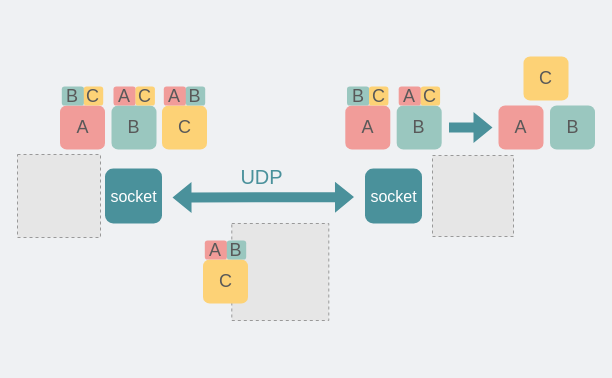
Before: network/极端情况下冗余更多数据.drawio in xiaobaiTech/image, a draw.io diagram. Source tidied: cells renumbered, new cells numbered last; positions are measured from the earlier drawing's top-left corner, leaving out a move shared by most shapes. Both pictures are drawn from the tidied source at 100%, with x=0, y=0 at pixel (17, 56). Pictures stored in the file or linked from it are replaced by grey dashed boxes.
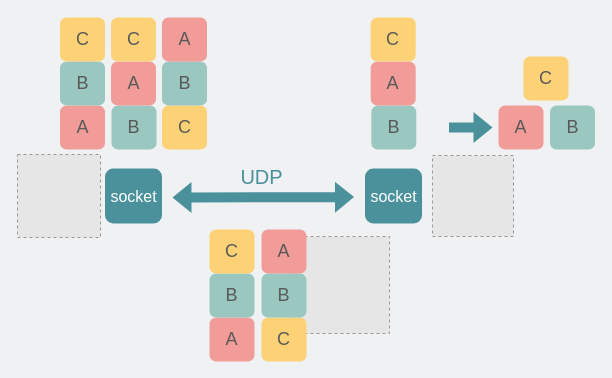
Above is the later version.

Commit message:
更新极端情况下冗余更多数据.drawio

What changed in the source:
```diff
@@
-    <mxCell id="11" value="&lt;font style=&quot;font-size: 18px;&quot; color=&quot;#595959&quot;&gt;A&lt;/font&gt;" style="rounded=1;whiteSpace=wrap;html=1;fontColor=#4A919B;fillColor=#F19C99;strokeColor=none;" parent="1" vertex="1">
-      <mxGeometry x="96" y="30" width="22.2" height="19" as="geometry" />
-    </mxCell>
-    <mxCell id="12" value="&lt;font color=&quot;#595959&quot;&gt;&lt;span style=&quot;font-size: 18px;&quot;&gt;C&lt;/span&gt;&lt;/font&gt;" style="rounded=1;whiteSpace=wrap;html=1;fontColor=#4A919B;fillColor=#FDD276;strokeColor=none;" parent="1" vertex="1">
-      <mxGeometry x="118" y="30" width="19.4" height="19" as="geometry" />
-    </mxCell>
-    <mxCell id="13" value="&lt;font style=&quot;font-size: 18px;&quot; color=&quot;#595959&quot;&gt;B&lt;/font&gt;" style="rounded=1;whiteSpace=wrap;html=1;fontColor=#4A919B;fillColor=#9AC7BF;strokeColor=none;" parent="1" vertex="1">
-      <mxGeometry x="44.3" y="30" width="22.2" height="19" as="geometry" />
-    </mxCell>
-    <mxCell id="14" value="&lt;font color=&quot;#595959&quot;&gt;&lt;span style=&quot;font-size: 18px;&quot;&gt;C&lt;/span&gt;&lt;/font&gt;" style="rounded=1;whiteSpace=wrap;html=1;fontColor=#4A919B;fillColor=#FDD276;strokeColor=none;" parent="1" vertex="1">
-      <mxGeometry x="66.3" y="30" width="19.4" height="19" as="geometry" />
-    </mxCell>
-    <mxCell id="15" value="&lt;font style=&quot;font-size: 18px;&quot; color=&quot;#595959&quot;&gt;A&lt;/font&gt;" style="rounded=1;whiteSpace=wrap;html=1;fontColor=#4A919B;fillColor=#F19C99;strokeColor=none;" parent="1" vertex="1">
-      <mxGeometry x="146.3" y="30" width="22.2" height="19" as="geometry" />
-    </mxCell>
-    <mxCell id="16" value="&lt;font color=&quot;#595959&quot;&gt;&lt;span style=&quot;font-size: 18px;&quot;&gt;B&lt;/span&gt;&lt;/font&gt;" style="rounded=1;whiteSpace=wrap;html=1;fontColor=#4A919B;fillColor=#9AC7BF;strokeColor=none;" parent="1" vertex="1">
-      <mxGeometry x="168.3" y="30" width="19.4" height="19" as="geometry" />
-    </mxCell>
     <mxCell id="17" style="fillColor=#E6E6E6;strokeColor=#999999;dashed=1;verticalLabelPosition=bottom;labelBackgroundColor=default;verticalAlign=top;" parent="1" vertex="1">
-      <mxGeometry x="214.3" y="167" width="97" height="97" as="geometry" />
+      <mxGeometry x="275" y="180" width="97" height="97" as="geometry" />
     </mxCell>
-    <mxCell id="18" value="&lt;font style=&quot;font-size: 18px;&quot; color=&quot;#595959&quot;&gt;B&lt;/font&gt;" style="rounded=1;whiteSpace=wrap;html=1;fontColor=#4A919B;fillColor=#9AC7BF;strokeColor=none;" parent="1" vertex="1">
-      <mxGeometry x="379.2" y="49" width="45" height="44" as="geometry" />
-    </mxCell>
-    <mxCell id="19" value="&lt;font color=&quot;#595959&quot;&gt;&lt;span style=&quot;font-size: 18px;&quot;&gt;C&lt;/span&gt;&lt;/font&gt;" style="rounded=1;whiteSpace=wrap;html=1;fontColor=#4A919B;fillColor=#FDD276;strokeColor=none;" parent="1" vertex="1">
-      <mxGeometry x="185.5" y="203" width="45" height="44" as="geometry" />
-    </mxCell>
-    <mxCell id="20" value="&lt;font style=&quot;font-size: 18px;&quot; color=&quot;#595959&quot;&gt;A&lt;/font&gt;" style="rounded=1;whiteSpace=wrap;html=1;fontColor=#4A919B;fillColor=#F19C99;strokeColor=none;" parent="1" vertex="1">
-      <mxGeometry x="327.8" y="49" width="45" height="44" as="geometry" />
-    </mxCell>
-    <mxCell id="21" value="&lt;font style=&quot;font-size: 18px;&quot; color=&quot;#595959&quot;&gt;A&lt;/font&gt;" style="rounded=1;whiteSpace=wrap;html=1;fontColor=#4A919B;fillColor=#F19C99;strokeColor=none;" parent="1" vertex="1">
-      <mxGeometry x="381.2" y="30" width="22.2" height="19" as="geometry" />
-    </mxCell>
-    <mxCell id="22" value="&lt;font color=&quot;#595959&quot;&gt;&lt;span style=&quot;font-size: 18px;&quot;&gt;C&lt;/span&gt;&lt;/font&gt;" style="rounded=1;whiteSpace=wrap;html=1;fontColor=#4A919B;fillColor=#FDD276;strokeColor=none;" parent="1" vertex="1">
-      <mxGeometry x="403.2" y="30" width="19.4" height="19" as="geometry" />
-    </mxCell>
-    <mxCell id="23" value="&lt;font style=&quot;font-size: 18px;&quot; color=&quot;#595959&quot;&gt;B&lt;/font&gt;" style="rounded=1;whiteSpace=wrap;html=1;fontColor=#4A919B;fillColor=#9AC7BF;strokeColor=none;" parent="1" vertex="1">
-      <mxGeometry x="329.5" y="30" width="22.2" height="19" as="geometry" />
-    </mxCell>
-    <mxCell id="24" value="&lt;font color=&quot;#595959&quot;&gt;&lt;span style=&quot;font-size: 18px;&quot;&gt;C&lt;/span&gt;&lt;/font&gt;" style="rounded=1;whiteSpace=wrap;html=1;fontColor=#4A919B;fillColor=#FDD276;strokeColor=none;" parent="1" vertex="1">
-      <mxGeometry x="351.5" y="30" width="19.4" height="19" as="geometry" />
-    </mxCell>
-    <mxCell id="25" value="&lt;font style=&quot;font-size: 18px;&quot; color=&quot;#595959&quot;&gt;A&lt;/font&gt;" style="rounded=1;whiteSpace=wrap;html=1;fontColor=#4A919B;fillColor=#F19C99;strokeColor=none;" parent="1" vertex="1">
-      <mxGeometry x="187.3" y="184" width="22.2" height="19" as="geometry" />
-    </mxCell>
-    <mxCell id="26" value="&lt;font color=&quot;#595959&quot;&gt;&lt;span style=&quot;font-size: 18px;&quot;&gt;B&lt;/span&gt;&lt;/font&gt;" style="rounded=1;whiteSpace=wrap;html=1;fontColor=#4A919B;fillColor=#9AC7BF;strokeColor=none;" parent="1" vertex="1">
-      <mxGeometry x="209.3" y="184" width="19.4" height="19" as="geometry" />
-    </mxCell>
@@
+    <mxCell id="31" value="&lt;font style=&quot;font-size: 18px;&quot; color=&quot;#595959&quot;&gt;B&lt;/font&gt;" style="rounded=1;whiteSpace=wrap;html=1;fontColor=#4A919B;fillColor=#9AC7BF;strokeColor=none;" parent="1" vertex="1">
+      <mxGeometry x="42.5" y="5" width="45" height="44" as="geometry" />
+    </mxCell>
+    <mxCell id="32" value="&lt;font color=&quot;#595959&quot;&gt;&lt;span style=&quot;font-size: 18px;&quot;&gt;C&lt;/span&gt;&lt;/font&gt;" style="rounded=1;whiteSpace=wrap;html=1;fontColor=#4A919B;fillColor=#FDD276;strokeColor=none;" parent="1" vertex="1">
+      <mxGeometry x="42.5" y="-39" width="45" height="44" as="geometry" />
+    </mxCell>
+    <mxCell id="33" value="&lt;font style=&quot;font-size: 18px;&quot; color=&quot;#595959&quot;&gt;A&lt;/font&gt;" style="rounded=1;whiteSpace=wrap;html=1;fontColor=#4A919B;fillColor=#F19C99;strokeColor=none;" parent="1" vertex="1">
+      <mxGeometry x="93.5" y="5" width="45" height="44" as="geometry" />
+    </mxCell>
+    <mxCell id="34" value="&lt;font color=&quot;#595959&quot;&gt;&lt;span style=&quot;font-size: 18px;&quot;&gt;C&lt;/span&gt;&lt;/font&gt;" style="rounded=1;whiteSpace=wrap;html=1;fontColor=#4A919B;fillColor=#FDD276;strokeColor=none;" parent="1" vertex="1">
+      <mxGeometry x="93.5" y="-39" width="45" height="44" as="geometry" />
+    </mxCell>
+    <mxCell id="35" value="&lt;font style=&quot;font-size: 18px;&quot; color=&quot;#595959&quot;&gt;B&lt;/font&gt;" style="rounded=1;whiteSpace=wrap;html=1;fontColor=#4A919B;fillColor=#9AC7BF;strokeColor=none;" parent="1" vertex="1">
+      <mxGeometry x="144.5" y="5" width="45" height="44" as="geometry" />
+    </mxCell>
+    <mxCell id="36" value="&lt;font style=&quot;font-size: 18px;&quot; color=&quot;#595959&quot;&gt;A&lt;/font&gt;" style="rounded=1;whiteSpace=wrap;html=1;fontColor=#4A919B;fillColor=#F19C99;strokeColor=none;" parent="1" vertex="1">
+      <mxGeometry x="144.5" y="-39" width="45" height="44" as="geometry" />
+    </mxCell>
+    <mxCell id="37" value="&lt;font style=&quot;font-size: 18px;&quot; color=&quot;#595959&quot;&gt;B&lt;/font&gt;" style="rounded=1;whiteSpace=wrap;html=1;fontColor=#4A919B;fillColor=#9AC7BF;strokeColor=none;" parent="1" vertex="1">
+      <mxGeometry x="353.8" y="49" width="45" height="44" as="geometry" />
+    </mxCell>
+    <mxCell id="38" value="&lt;font style=&quot;font-size: 18px;&quot; color=&quot;#595959&quot;&gt;A&lt;/font&gt;" style="rounded=1;whiteSpace=wrap;html=1;fontColor=#4A919B;fillColor=#F19C99;strokeColor=none;" parent="1" vertex="1">
+      <mxGeometry x="353.2" y="5" width="45" height="44" as="geometry" />
+    </mxCell>
+    <mxCell id="39" value="&lt;font color=&quot;#595959&quot;&gt;&lt;span style=&quot;font-size: 18px;&quot;&gt;C&lt;/span&gt;&lt;/font&gt;" style="rounded=1;whiteSpace=wrap;html=1;fontColor=#4A919B;fillColor=#FDD276;strokeColor=none;" parent="1" vertex="1">
+      <mxGeometry x="353.2" y="-39" width="45" height="44" as="geometry" />
+    </mxCell>
+    <mxCell id="40" value="&lt;font color=&quot;#595959&quot;&gt;&lt;span style=&quot;font-size: 18px;&quot;&gt;C&lt;/span&gt;&lt;/font&gt;" style="rounded=1;whiteSpace=wrap;html=1;fontColor=#4A919B;fillColor=#FDD276;strokeColor=none;" parent="1" vertex="1">
+      <mxGeometry x="244" y="261" width="45" height="44" as="geometry" />
+    </mxCell>
+    <mxCell id="41" value="&lt;font style=&quot;font-size: 18px;&quot; color=&quot;#595959&quot;&gt;B&lt;/font&gt;" style="rounded=1;whiteSpace=wrap;html=1;fontColor=#4A919B;fillColor=#9AC7BF;strokeColor=none;" parent="1" vertex="1">
+      <mxGeometry x="244" y="217" width="45" height="44" as="geometry" />
+    </mxCell>
+    <mxCell id="42" value="&lt;font style=&quot;font-size: 18px;&quot; color=&quot;#595959&quot;&gt;A&lt;/font&gt;" style="rounded=1;whiteSpace=wrap;html=1;fontColor=#4A919B;fillColor=#F19C99;strokeColor=none;" parent="1" vertex="1">
+      <mxGeometry x="244" y="173" width="45" height="44" as="geometry" />
+    </mxCell>
+    <mxCell id="43" value="&lt;font style=&quot;font-size: 18px;&quot; color=&quot;#595959&quot;&gt;A&lt;/font&gt;" style="rounded=1;whiteSpace=wrap;html=1;fontColor=#4A919B;fillColor=#F19C99;strokeColor=none;" parent="1" vertex="1">
+      <mxGeometry x="192" y="261" width="45" height="44" as="geometry" />
+    </mxCell>
+    <mxCell id="44" value="&lt;font style=&quot;font-size: 18px;&quot; color=&quot;#595959&quot;&gt;B&lt;/font&gt;" style="rounded=1;whiteSpace=wrap;html=1;fontColor=#4A919B;fillColor=#9AC7BF;strokeColor=none;" parent="1" vertex="1">
+      <mxGeometry x="192" y="217" width="45" height="44" as="geometry" />
+    </mxCell>
+    <mxCell id="45" value="&lt;font color=&quot;#595959&quot;&gt;&lt;span style=&quot;font-size: 18px;&quot;&gt;C&lt;/span&gt;&lt;/font&gt;" style="rounded=1;whiteSpace=wrap;html=1;fontColor=#4A919B;fillColor=#FDD276;strokeColor=none;" parent="1" vertex="1">
+      <mxGeometry x="192" y="173" width="45" height="44" as="geometry" />
+    </mxCell>
```
